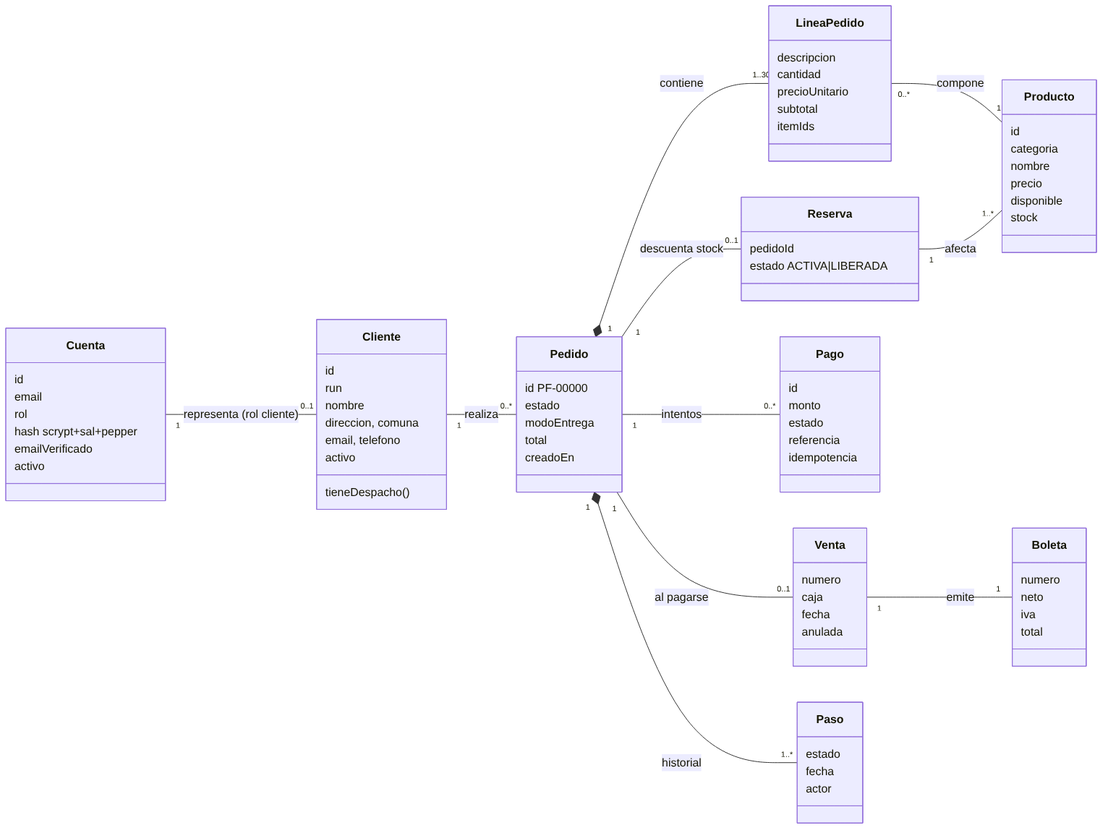
The Mermaid diagram docs/diagramas/dominio.png in kemunozcastillo/DesarrolloWeb_KevinMunoz, before a commit. Its source is kept beside it as docs/diagramas/dominio.mmd. The source it was exported from:
```mermaid
classDiagram
  direction LR
  class Cliente {
    id
    run
    nombre
    direccion, comuna
    email, telefono
    activo
    tieneDespacho()
  }
  class Cuenta {
    id
    email
    rol
    hash scrypt+sal+pepper
    emailVerificado
    activo
  }
  class Producto {
    id
    categoria
    nombre
    precio
    disponible
    stock
  }
  class Pedido {
    id PF-00000
    estado
    modoEntrega
    total
    creadoEn
  }
  class LineaPedido {
    descripcion
    cantidad
    precioUnitario
    subtotal
    itemIds
  }
  class Venta {
    numero
    caja
    fecha
    anulada
  }
  class Boleta {
    numero
    neto
    iva
    total
  }
  class Pago {
    id
    monto
    estado
    referencia
    idempotencia
  }
  class Reserva {
    pedidoId
    estado ACTIVA|LIBERADA
  }
  class Paso {
    estado
    fecha
    actor
  }
  Cuenta "1" -- "0..1" Cliente : representa (rol cliente)
  Cliente "1" -- "0..*" Pedido : realiza
  Pedido "1" *-- "1..30" LineaPedido : contiene
  LineaPedido "0..*" -- "1..*" Producto : compone
  Pedido "1" *-- "1..*" Paso : historial
  Pedido "1" -- "0..1" Venta : al pagarse
  Venta "1" -- "1" Boleta : emite
  Pedido "1" -- "0..*" Pago : intentos
  Pedido "1" -- "0..1" Reserva : descuenta stock
  Reserva "1" -- "1..*" Producto : afecta
```
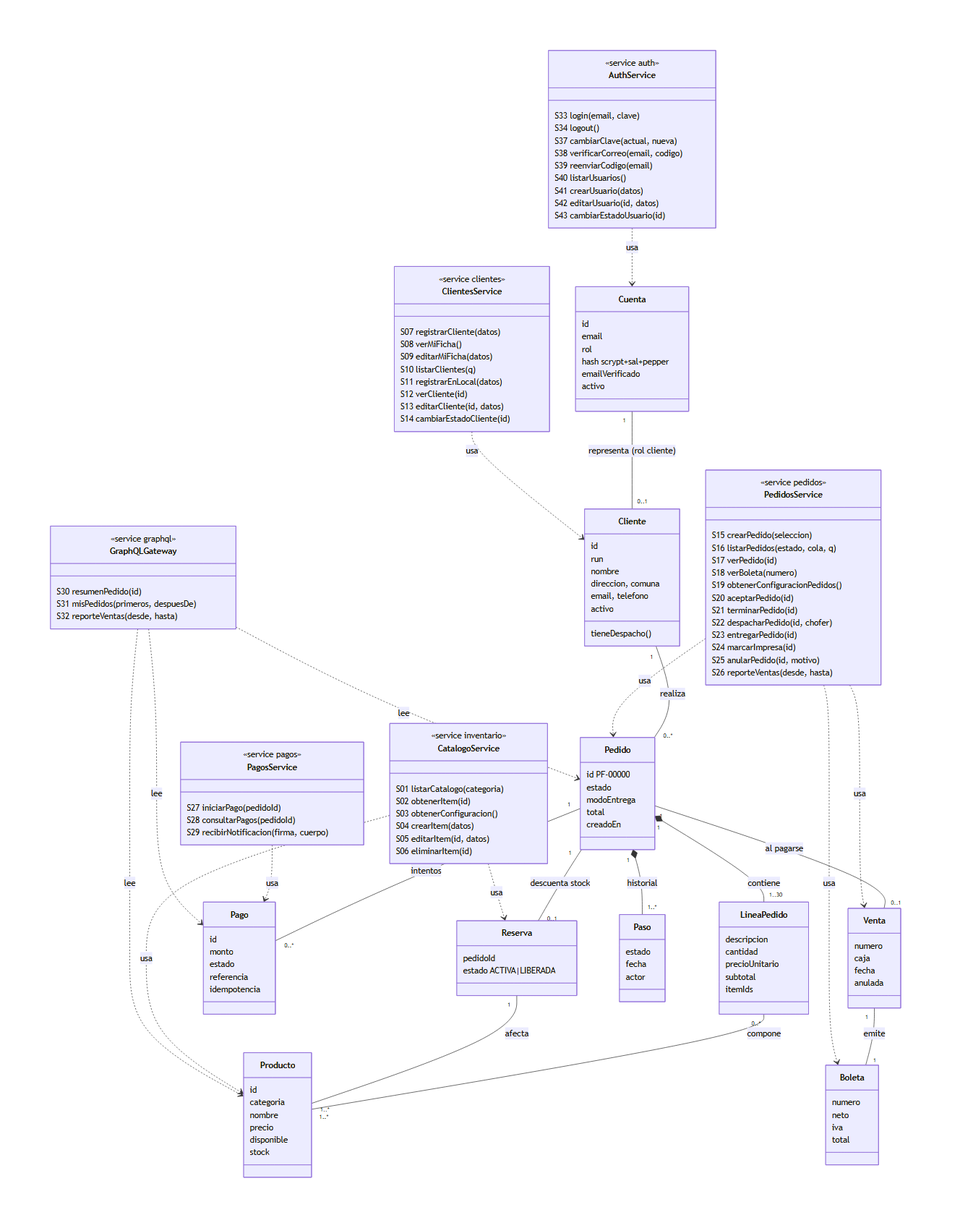
The same file after the commit.

Commit message:
Agrega los servicios públicos con su ID al UML del dominio

La pauta pide clases «service» con sus operaciones y la correspondencia
con los IDs del módulo 1. Se agregan seis servicios (S01 a S43) con sus
dependencias y se regenera la imagen con mayor resolución.

Change to the diagram source:
```diff
@@ -1,5 +1,5 @@
 classDiagram
-  direction LR
+  direction TB
   class Cliente {
     id
     run
@@ -77,3 +77,74 @@
   Pedido "1" -- "0..*" Pago : intentos
   Pedido "1" -- "0..1" Reserva : descuenta stock
   Reserva "1" -- "1..*" Producto : afecta
+
+  class CatalogoService {
+    <<service inventario>>
+    S01 listarCatalogo(categoria)
+    S02 obtenerItem(id)
+    S03 obtenerConfiguracion()
+    S04 crearItem(datos)
+    S05 editarItem(id, datos)
+    S06 eliminarItem(id)
+  }
+  class ClientesService {
+    <<service clientes>>
+    S07 registrarCliente(datos)
+    S08 verMiFicha()
+    S09 editarMiFicha(datos)
+    S10 listarClientes(q)
+    S11 registrarEnLocal(datos)
+    S12 verCliente(id)
+    S13 editarCliente(id, datos)
+    S14 cambiarEstadoCliente(id)
+  }
+  class PedidosService {
+    <<service pedidos>>
+    S15 crearPedido(seleccion)
+    S16 listarPedidos(estado, cola, q)
+    S17 verPedido(id)
+    S18 verBoleta(numero)
+    S19 obtenerConfiguracionPedidos()
+    S20 aceptarPedido(id)
+    S21 terminarPedido(id)
+    S22 despacharPedido(id, chofer)
+    S23 entregarPedido(id)
+    S24 marcarImpresa(id)
+    S25 anularPedido(id, motivo)
+    S26 reporteVentas(desde, hasta)
+  }
+  class PagosService {
+    <<service pagos>>
+    S27 iniciarPago(pedidoId)
+    S28 consultarPagos(pedidoId)
+    S29 recibirNotificacion(firma, cuerpo)
+  }
+  class AuthService {
+    <<service auth>>
+    S33 login(email, clave)
+    S34 logout()
+    S37 cambiarClave(actual, nueva)
+    S38 verificarCorreo(email, codigo)
+    S39 reenviarCodigo(email)
+    S40 listarUsuarios()
+    S41 crearUsuario(datos)
+    S42 editarUsuario(id, datos)
+    S43 cambiarEstadoUsuario(id)
+  }
+  class GraphQLGateway {
+    <<service graphql>>
+    S30 resumenPedido(id)
+    S31 misPedidos(primeros, despuesDe)
+    S32 reporteVentas(desde, hasta)
+  }
+  CatalogoService ..> Producto : usa
+  CatalogoService ..> Reserva : usa
+  ClientesService ..> Cliente : usa
+  PedidosService ..> Pedido : usa
+  PedidosService ..> Venta : usa
+  PedidosService ..> Boleta : usa
+  PagosService ..> Pago : usa
+  AuthService ..> Cuenta : usa
+  GraphQLGateway ..> Pedido : lee
+  GraphQLGateway ..> Pago : lee
+  GraphQLGateway ..> Producto : lee
```
